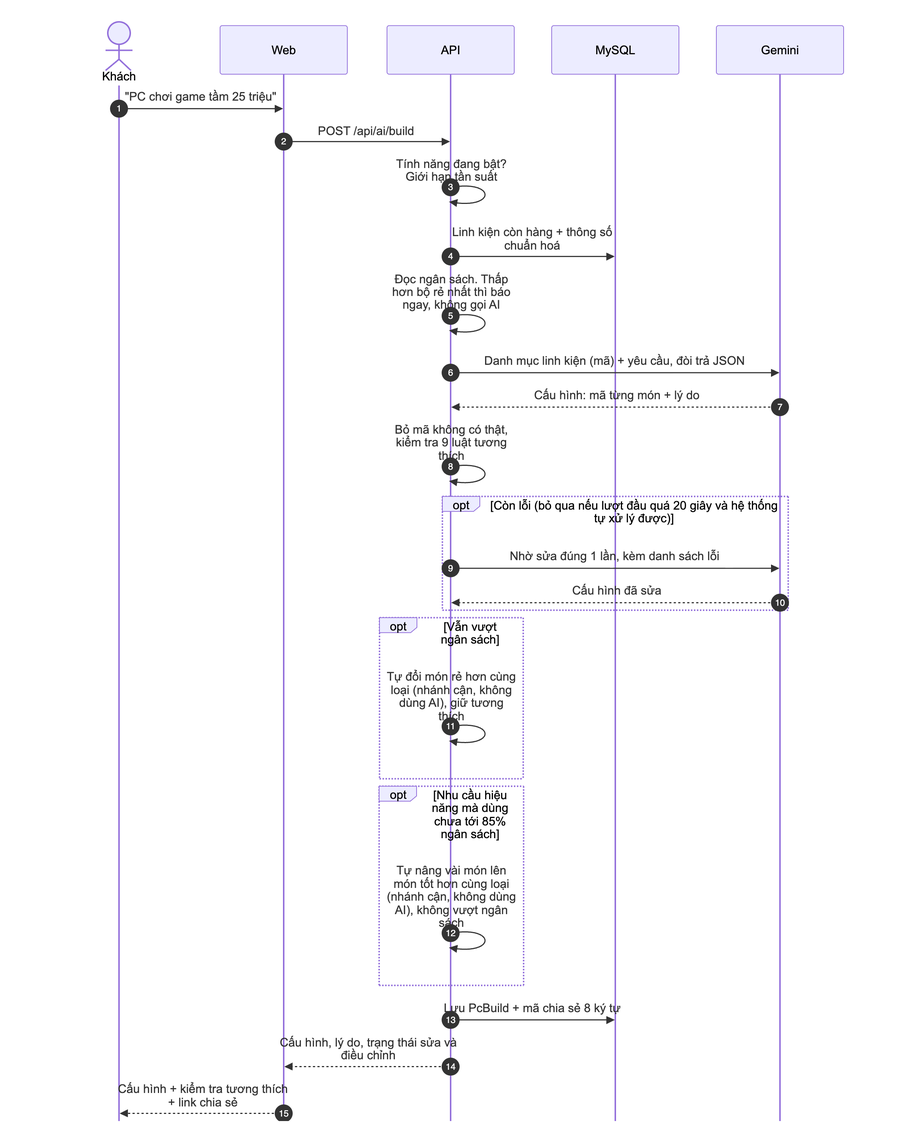
The Mermaid diagram docs/bao-ve/so-do/tuan-tu-ai-cau-hinh.png in khanhdat1/Do_An, before a commit. Its source is kept beside it as docs/bao-ve/so-do/tuan-tu-ai-cau-hinh.mmd.
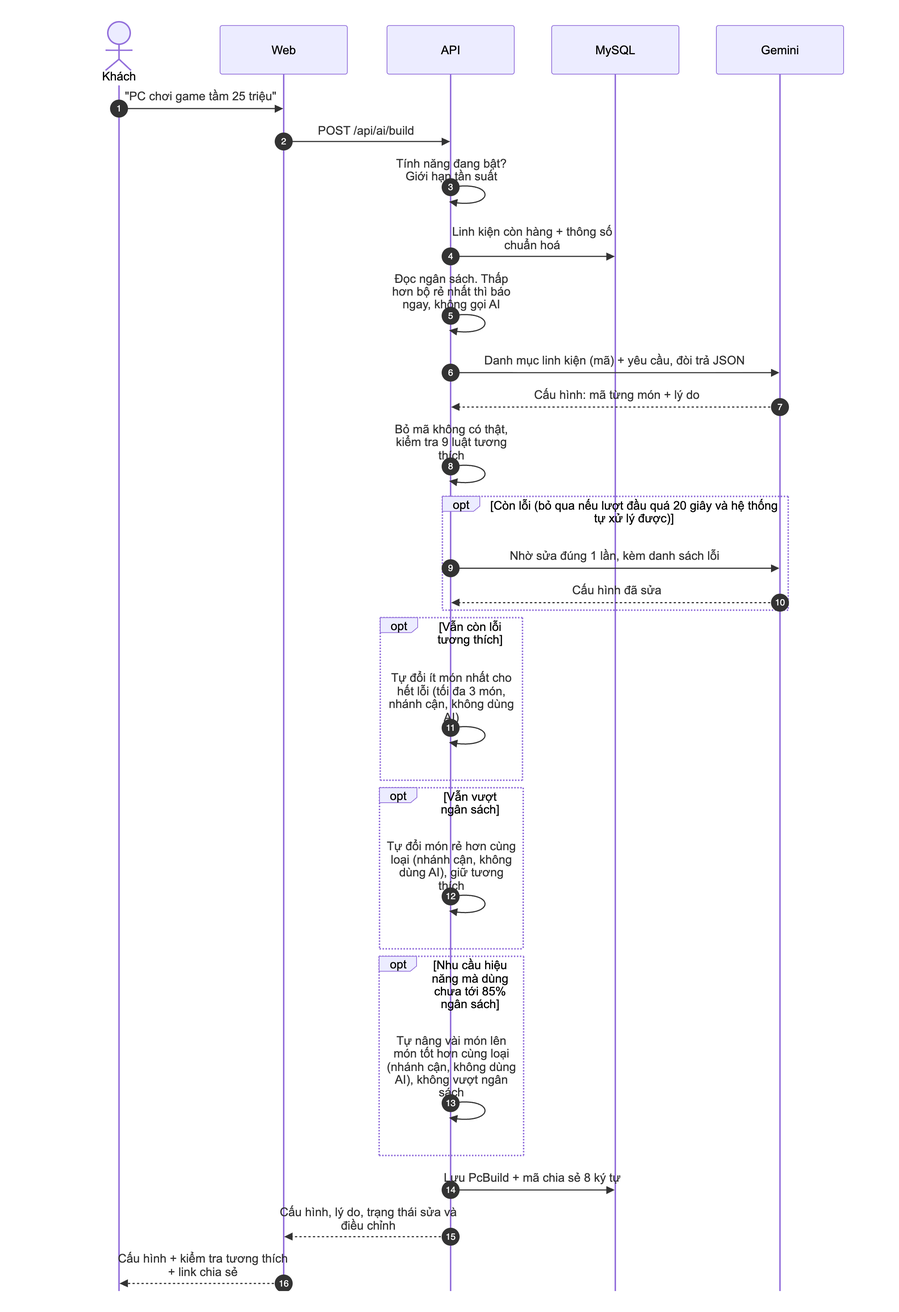
The same file after the commit.

Commit message:
docs(bao-ve): sơ đồ AI gợi ý cấu hình thêm bước tự sửa lỗi tương thích

The edit, as a diff of the source:
```diff
@@ -17,6 +17,9 @@
     A->>G: Nhờ sửa đúng 1 lần, kèm danh sách lỗi
     G-->>A: Cấu hình đã sửa
   end
+  opt Vẫn còn lỗi tương thích
+    A->>A: Tự đổi ít món nhất cho hết lỗi (tối đa 3 món, nhánh cận, không dùng AI)
+  end
   opt Vẫn vượt ngân sách
     A->>A: Tự đổi món rẻ hơn cùng loại (nhánh cận, không dùng AI), giữ tương thích
   end
```
